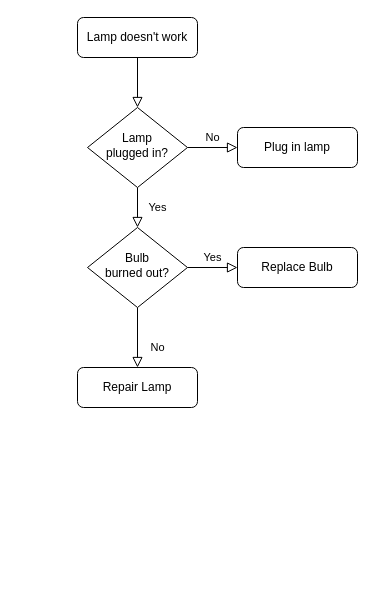
Above: BlindAuction100DOCPython.drawio in embabin/LearnPython (draw.io), before the change. Source tidied: cells renumbered, new cells numbered last; positions are measured from the earlier drawing's top-left corner, leaving out a move shared by most shapes. Both pictures are drawn from the tidied source at 100%, with x=0, y=0 at pixel (77, 17).
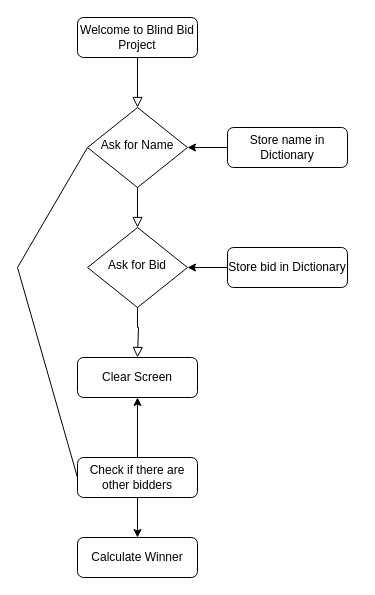
Above is the later version.

Diff of the diagram source:
```diff
@@
-    <mxCell id="3" value="Lamp doesn't work" style="rounded=1;whiteSpace=wrap;html=1;fontSize=12;glass=0;strokeWidth=1;shadow=0;" parent="1" vertex="1">
+    <mxCell id="3" value="Welcome to Blind Bid Project" style="rounded=1;whiteSpace=wrap;html=1;fontSize=12;glass=0;strokeWidth=1;shadow=0;" parent="1" vertex="1">
       <mxGeometry width="120" height="40" as="geometry" />
     </mxCell>
-    <mxCell id="4" value="Yes" style="rounded=0;html=1;jettySize=auto;fontSize=11;endArrow=block;endFill=0;endSize=8;strokeWidth=1;shadow=0;labelBackgroundColor=none;edgeStyle=orthogonalEdgeStyle;" parent="1" edge="1" source="6" target="10">
+    <mxCell id="4" style="rounded=0;html=1;jettySize=auto;fontSize=11;endArrow=block;endFill=0;endSize=8;strokeWidth=1;shadow=0;labelBackgroundColor=none;edgeStyle=orthogonalEdgeStyle;" parent="1" edge="1" source="6" target="10">
       <mxGeometry y="20" relative="1" as="geometry" />
     </mxCell>
-    <mxCell id="5" value="No" style="edgeStyle=orthogonalEdgeStyle;rounded=0;html=1;jettySize=auto;fontSize=11;endArrow=block;endFill=0;endSize=8;strokeWidth=1;shadow=0;labelBackgroundColor=none;" parent="1" edge="1" source="6" target="7">
-      <mxGeometry y="10" relative="1" as="geometry" />
-    </mxCell>
-    <mxCell id="6" value="Lamp&lt;br&gt;plugged in?" style="rhombus;whiteSpace=wrap;html=1;shadow=0;fontFamily=Helvetica;fontSize=12;align=center;strokeWidth=1;spacing=6;spacingTop=-4;" parent="1" vertex="1">
+    <mxCell id="6" value="Ask for Name" style="rhombus;whiteSpace=wrap;html=1;shadow=0;fontFamily=Helvetica;fontSize=12;align=center;strokeWidth=1;spacing=6;spacingTop=-4;" parent="1" vertex="1">
       <mxGeometry x="10" y="90" width="100" height="80" as="geometry" />
     </mxCell>
+    <mxCell id="13" style="edgeStyle=orthogonalEdgeStyle;rounded=0;jettySize=auto;html=1;" parent="1" edge="1" source="7" target="6">
+      <mxGeometry relative="1" as="geometry" />
+    </mxCell>
-    <mxCell id="7" value="Plug in lamp" style="rounded=1;whiteSpace=wrap;html=1;fontSize=12;glass=0;strokeWidth=1;shadow=0;" parent="1" vertex="1">
-      <mxGeometry x="160" y="110" width="120" height="40" as="geometry" />
+    <mxCell id="7" value="Store name in Dictionary" style="rounded=1;whiteSpace=wrap;html=1;fontSize=12;glass=0;strokeWidth=1;shadow=0;" parent="1" vertex="1">
+      <mxGeometry x="150" y="110" width="120" height="40" as="geometry" />
     </mxCell>
-    <mxCell id="8" value="No" style="rounded=0;html=1;jettySize=auto;fontSize=11;endArrow=block;endFill=0;endSize=8;strokeWidth=1;shadow=0;labelBackgroundColor=none;edgeStyle=orthogonalEdgeStyle;" parent="1" edge="1" source="10" target="11">
-      <mxGeometry x="0.33" y="20" relative="1" as="geometry" />
+    <mxCell id="8" style="rounded=0;html=1;jettySize=auto;fontSize=11;endArrow=block;endFill=0;endSize=8;strokeWidth=1;shadow=0;labelBackgroundColor=none;edgeStyle=orthogonalEdgeStyle;entryX=0.5;entryY=0;entryDx=0;entryDy=0;" parent="1" edge="1" source="10" target="19">
+      <mxGeometry x="0.33" y="20" relative="1" as="geometry">
+        <Array as="points">
+          <mxPoint x="60" y="310" />
+          <mxPoint x="61" y="310" />
+        </Array>
+      </mxGeometry>
     </mxCell>
-    <mxCell id="9" value="Yes" style="edgeStyle=orthogonalEdgeStyle;rounded=0;html=1;jettySize=auto;fontSize=11;endArrow=block;endFill=0;endSize=8;strokeWidth=1;shadow=0;labelBackgroundColor=none;" parent="1" edge="1" source="10" target="12">
-      <mxGeometry y="10" relative="1" as="geometry" />
-    </mxCell>
-    <mxCell id="10" value="Bulb&lt;br&gt;burned out?" style="rhombus;whiteSpace=wrap;html=1;shadow=0;fontFamily=Helvetica;fontSize=12;align=center;strokeWidth=1;spacing=6;spacingTop=-4;" parent="1" vertex="1">
+    <mxCell id="10" value="Ask for Bid" style="rhombus;whiteSpace=wrap;html=1;shadow=0;fontFamily=Helvetica;fontSize=12;align=center;strokeWidth=1;spacing=6;spacingTop=-4;" parent="1" vertex="1">
       <mxGeometry x="10" y="210" width="100" height="80" as="geometry" />
     </mxCell>
-    <mxCell id="11" value="Repair Lamp" style="rounded=1;whiteSpace=wrap;html=1;fontSize=12;glass=0;strokeWidth=1;shadow=0;" parent="1" vertex="1">
-      <mxGeometry y="350" width="120" height="40" as="geometry" />
+    <mxCell id="11" value="Calculate Winner" style="rounded=1;whiteSpace=wrap;html=1;fontSize=12;glass=0;strokeWidth=1;shadow=0;" parent="1" vertex="1">
+      <mxGeometry y="520" width="120" height="40" as="geometry" />
     </mxCell>
+    <mxCell id="14" style="edgeStyle=orthogonalEdgeStyle;rounded=0;jettySize=auto;html=1;" parent="1" edge="1" source="12" target="10">
+      <mxGeometry relative="1" as="geometry" />
+    </mxCell>
-    <mxCell id="12" value="Replace Bulb" style="rounded=1;whiteSpace=wrap;html=1;fontSize=12;glass=0;strokeWidth=1;shadow=0;" parent="1" vertex="1">
-      <mxGeometry x="160" y="230" width="120" height="40" as="geometry" />
+    <mxCell id="12" value="Store bid in Dictionary" style="rounded=1;whiteSpace=wrap;html=1;fontSize=12;glass=0;strokeWidth=1;shadow=0;" parent="1" vertex="1">
+      <mxGeometry x="150" y="230" width="120" height="40" as="geometry" />
     </mxCell>
+    <mxCell id="15" style="endArrow=none;html=1;rounded=0;exitX=0;exitY=0.5;exitDx=0;exitDy=0;entryX=0;entryY=0.5;entryDx=0;entryDy=0;" parent="1" edge="1" source="6" target="18">
+      <mxGeometry relative="1" as="geometry">
+        <Array as="points">
+          <mxPoint x="-60" y="250" />
+        </Array>
+      </mxGeometry>
+    </mxCell>
+    <mxCell id="16" style="edgeStyle=orthogonalEdgeStyle;rounded=0;jettySize=auto;html=1;entryX=0.5;entryY=1;entryDx=0;entryDy=0;" parent="1" edge="1" source="18" target="19">
+      <mxGeometry relative="1" as="geometry" />
+    </mxCell>
+    <mxCell id="17" style="edgeStyle=orthogonalEdgeStyle;rounded=0;jettySize=auto;html=1;" parent="1" edge="1" source="18" target="11">
+      <mxGeometry relative="1" as="geometry" />
+    </mxCell>
+    <mxCell id="18" value="Check if there are other bidders" style="rounded=1;whiteSpace=wrap;html=1;fontSize=12;glass=0;strokeWidth=1;shadow=0;" parent="1" vertex="1">
+      <mxGeometry y="440" width="120" height="40" as="geometry" />
+    </mxCell>
+    <mxCell id="19" value="Clear Screen" style="rounded=1;whiteSpace=wrap;html=1;fontSize=12;glass=0;strokeWidth=1;shadow=0;" parent="1" vertex="1">
+      <mxGeometry y="340" width="120" height="40" as="geometry" />
+    </mxCell>
```
